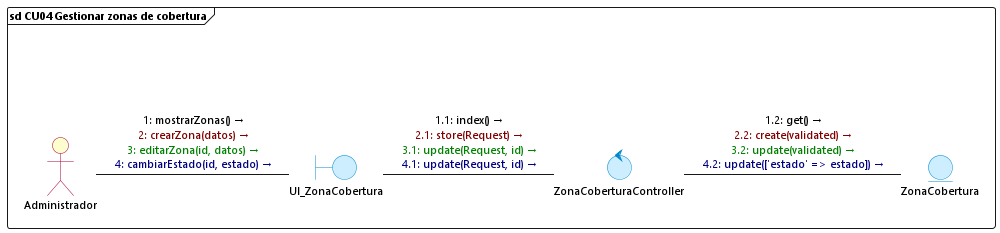
This is diagramas/comunicacion/cu04_gestionar_zonas_cobertura.png from DiogoMars777/TELCOM-2.0, a PlantUML export, as it was before one commit.
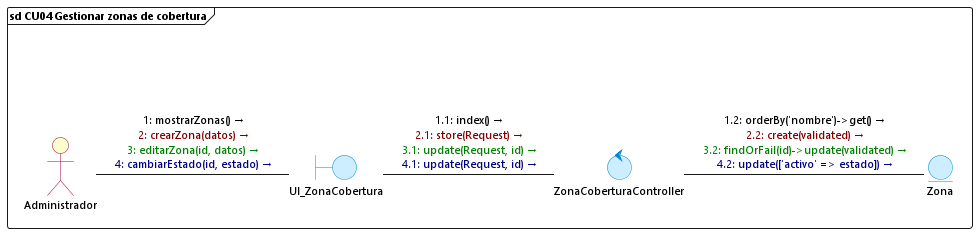
Above is the later version.

Diff of the diagram source:
```diff
@@ -15,10 +15,10 @@
 
 frame "sd CU04 Gestionar zonas de cobertura" {
     () " " as spacer
-    actor Administrador
+    actor "Administrador" as Administrador
     boundary UI_ZonaCobertura
     control ZonaCoberturaController
-    entity ZonaCobertura
+    entity Zona
 
     spacer -[hidden]down- Administrador
 
@@ -26,6 +26,6 @@
 
     UI_ZonaCobertura -right- ZonaCoberturaController : <font color=#000000>1.1: index() →</font>\n<font color=#800000>2.1: store(Request) →</font>\n<font color=#008000>3.1: update(Request, id) →</font>\n<font color=#000080>4.1: update(Request, id) →</font>
 
-    ZonaCoberturaController -right- ZonaCobertura : <font color=#000000>1.2: get() →</font>\n<font color=#800000>2.2: create(validated) →</font>\n<font color=#008000>3.2: update(validated) →</font>\n<font color=#000080>4.2: update(['estado' => estado]) →</font>
+    ZonaCoberturaController -right- Zona : <font color=#000000>1.2: orderBy('nombre')->get() →</font>\n<font color=#800000>2.2: create(validated) →</font>\n<font color=#008000>3.2: findOrFail(id)->update(validated) →</font>\n<font color=#000080>4.2: update(['activo' => estado]) →</font>
 }
 @enduml
```
